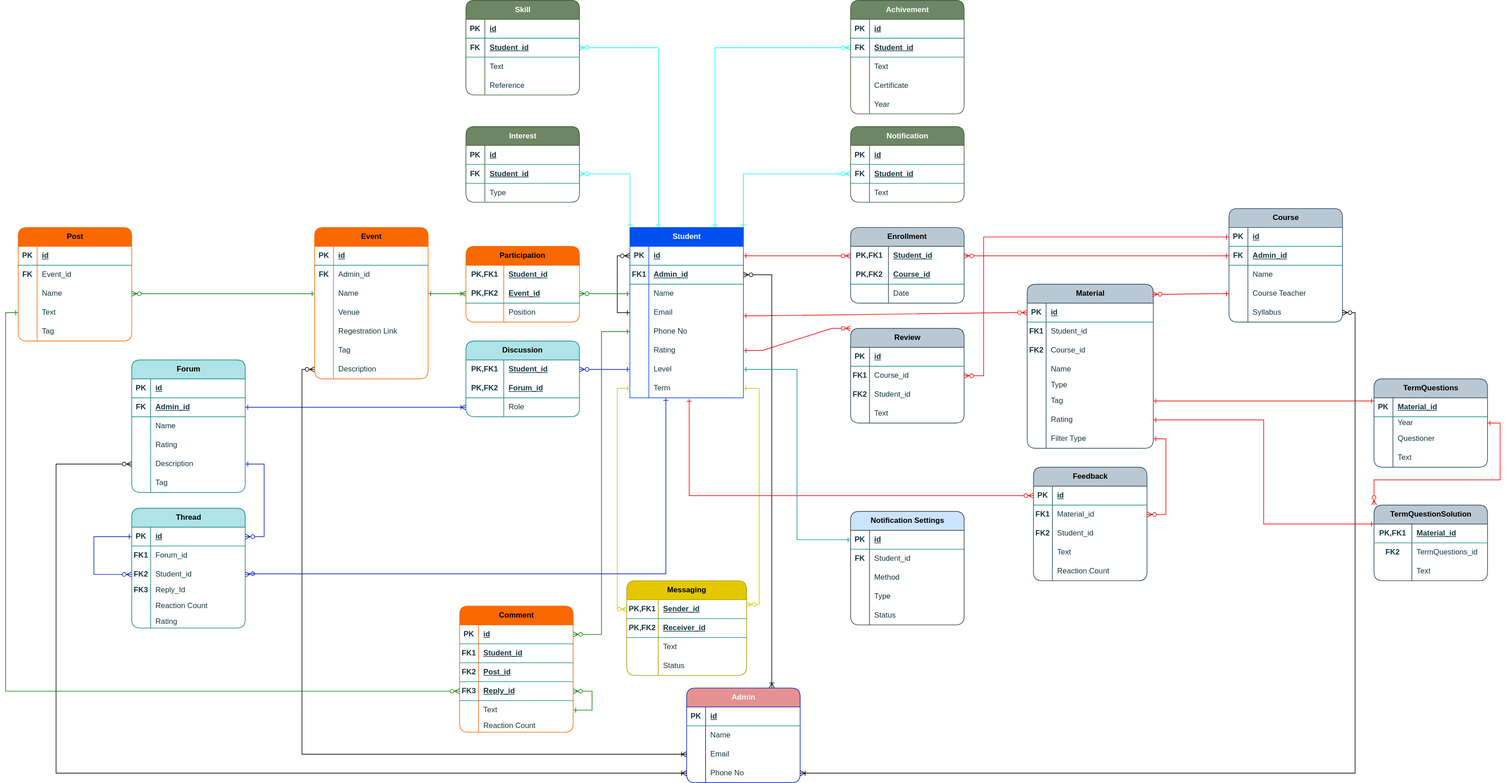
Above: 6.ER Diagram/StudyShare(ERD-1905052).drawio.svg in bijoy111/CSE-326 (draw.io), before the change. Source tidied: cells renumbered, new cells last; positions are measured from the earlier drawing's top-left corner, leaving out a move shared by most shapes.
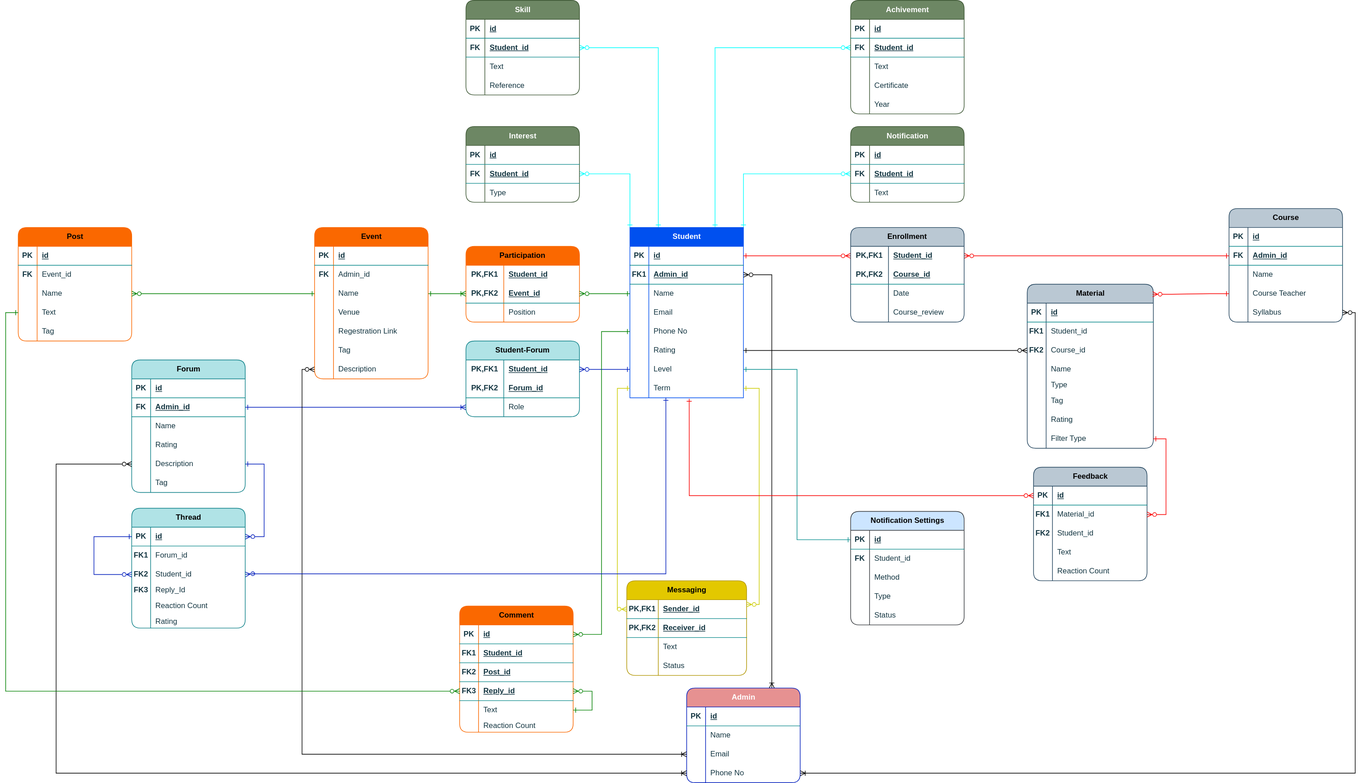
After the change.

The edit, as a diff of the source:
```diff
@@ -214,5 +214,2 @@
     </mxCell>
-    <mxCell id="72" style="edgeStyle=orthogonalEdgeStyle;rounded=0;jettySize=auto;html=1;exitX=0;exitY=0.5;exitDx=0;exitDy=0;entryX=0;entryY=0.5;entryDx=0;entryDy=0;startArrow=ERone;startFill=0;endArrow=ERzeroToMany;endFill=0;" parent="1" edge="1" source="16" target="7">
-      <mxGeometry relative="1" as="geometry" />
-    </mxCell>
     <mxCell id="73" style="edgeStyle=entityRelationEdgeStyle;fontSize=12;html=1;endArrow=ERzeroToMany;rounded=0;exitX=1;exitY=0.5;exitDx=0;exitDy=0;labelBackgroundColor=none;strokeColor=#FA0000;fontColor=default;startArrow=ERone;startFill=0;fillColor=#e51400;endFill=0;entryX=0;entryY=0.5;entryDx=0;entryDy=0;" parent="1" edge="1" source="7" target="361">
@@ -232,10 +229,2 @@
     </mxCell>
-    <mxCell id="75" style="edgeStyle=entityRelationEdgeStyle;fontSize=12;html=1;endArrow=ERzeroToMany;rounded=0;exitX=1;exitY=0.5;exitDx=0;exitDy=0;entryX=0;entryY=0.5;entryDx=0;entryDy=0;labelBackgroundColor=none;strokeColor=#FA0000;fontColor=default;startArrow=ERone;startFill=0;endFill=0;fillColor=#e51400;" parent="1" edge="1" target="48">
-      <mxGeometry relative="1" as="geometry">
-        <mxPoint x="1170" y="500" as="sourcePoint" />
-        <Array as="points">
-          <mxPoint x="1270" y="500" />
-        </Array>
-      </mxGeometry>
-    </mxCell>
     <mxCell id="76" style="edgeStyle=entityRelationEdgeStyle;fontSize=12;html=1;endArrow=ERzeroToMany;rounded=0;exitX=0;exitY=0.5;exitDx=0;exitDy=0;entryX=0.994;entryY=0.061;entryDx=0;entryDy=0;labelBackgroundColor=none;strokeColor=#FA0000;fontColor=default;startArrow=ERone;startFill=0;endFill=0;entryPerimeter=0;fillColor=#e51400;" parent="1" edge="1" source="41" target="47">
@@ -340,3 +329,3 @@
     </mxCell>
-    <mxCell id="108" value="Discussion" style="shape=table;startSize=30;rowLines=0;fontStyle=1;align=center;html=1;whiteSpace=wrap;rounded=1;labelBackgroundColor=none;fillColor=#b0e3e6;strokeColor=#0e8088;" parent="1" vertex="1">
+    <mxCell id="108" value="Student-Forum" style="shape=table;startSize=30;rowLines=0;fontStyle=1;align=center;html=1;whiteSpace=wrap;rounded=1;labelBackgroundColor=none;fillColor=#b0e3e6;strokeColor=#0e8088;" parent="1" vertex="1">
       <mxGeometry x="730" y="540" width="180" height="120" as="geometry" />
@@ -454,44 +443,2 @@
     </mxCell>
-    <mxCell id="141" value="Review" style="shape=table;startSize=30;rowLines=0;fontStyle=1;align=center;html=1;rounded=1;shadow=0;swimlaneLine=1;fillColor=#bac8d3;swimlaneFillColor=default;labelBackgroundColor=none;strokeColor=#23445d;" parent="1" vertex="1">
-      <mxGeometry x="1340" y="520" width="180" height="150" as="geometry" />
-    </mxCell>
-    <mxCell id="142" style="shape=tableRow;horizontal=0;startSize=0;swimlaneHead=0;swimlaneBody=0;fillColor=none;top=0;left=0;right=0;bottom=1;labelBackgroundColor=none;strokeColor=#0F8B8D;fontColor=#143642;" parent="141" vertex="1">
-      <mxGeometry y="30" width="180" height="30" as="geometry" />
-    </mxCell>
-    <mxCell id="143" value="PK" style="shape=partialRectangle;fillColor=none;top=0;left=0;bottom=0;right=0;fontStyle=1;overflow=hidden;whiteSpace=wrap;html=1;labelBackgroundColor=none;strokeColor=#0F8B8D;fontColor=#143642;" parent="142" vertex="1">
-      <mxGeometry width="30" height="30" as="geometry" />
-    </mxCell>
-    <mxCell id="144" value="id" style="shape=partialRectangle;fillColor=none;top=0;left=0;bottom=0;right=0;align=left;spacingLeft=6;fontStyle=5;overflow=hidden;whiteSpace=wrap;html=1;labelBackgroundColor=none;strokeColor=#0F8B8D;fontColor=#143642;" parent="142" vertex="1">
-      <mxGeometry x="30" width="150" height="30" as="geometry" />
-    </mxCell>
-    <mxCell id="145" style="shape=tableRow;horizontal=0;startSize=0;swimlaneHead=0;swimlaneBody=0;fillColor=none;points=[[0,0.5],[1,0.5]];portConstraint=eastwest;top=0;left=0;right=0;bottom=0;labelBackgroundColor=none;strokeColor=#0F8B8D;fontColor=#143642;" parent="141" vertex="1">
-      <mxGeometry y="60" width="180" height="30" as="geometry" />
-    </mxCell>
-    <mxCell id="146" value="&lt;b&gt;FK1&lt;/b&gt;" style="shape=partialRectangle;fillColor=none;top=0;left=0;bottom=0;right=0;overflow=hidden;whiteSpace=wrap;html=1;labelBackgroundColor=none;strokeColor=#0F8B8D;fontColor=#143642;" parent="145" vertex="1">
-      <mxGeometry width="30" height="30" as="geometry" />
-    </mxCell>
-    <mxCell id="147" value="Course_id" style="shape=partialRectangle;fillColor=none;top=0;left=0;bottom=0;right=0;align=left;spacingLeft=6;overflow=hidden;whiteSpace=wrap;html=1;labelBackgroundColor=none;strokeColor=#0F8B8D;fontColor=#143642;" parent="145" vertex="1">
-      <mxGeometry x="30" width="150" height="30" as="geometry" />
-    </mxCell>
-    <mxCell id="148" style="shape=tableRow;horizontal=0;startSize=0;swimlaneHead=0;swimlaneBody=0;fillColor=none;top=0;left=0;right=0;bottom=0;labelBackgroundColor=none;strokeColor=#0F8B8D;fontColor=#143642;" parent="141" vertex="1">
-      <mxGeometry y="90" width="180" height="30" as="geometry" />
-    </mxCell>
-    <mxCell id="149" value="&lt;b&gt;FK2&lt;/b&gt;" style="shape=partialRectangle;fillColor=none;top=0;left=0;bottom=0;right=0;overflow=hidden;whiteSpace=wrap;html=1;labelBackgroundColor=none;strokeColor=#0F8B8D;fontColor=#143642;" parent="148" vertex="1">
-      <mxGeometry width="30" height="30" as="geometry" />
-    </mxCell>
-    <mxCell id="150" value="Student_id" style="shape=partialRectangle;fillColor=none;top=0;left=0;bottom=0;right=0;align=left;spacingLeft=6;overflow=hidden;whiteSpace=wrap;html=1;labelBackgroundColor=none;strokeColor=#0F8B8D;fontColor=#143642;" parent="148" vertex="1">
-      <mxGeometry x="30" width="150" height="30" as="geometry" />
-    </mxCell>
-    <mxCell id="151" style="shape=tableRow;horizontal=0;startSize=0;swimlaneHead=0;swimlaneBody=0;fillColor=none;top=0;left=0;right=0;bottom=0;labelBackgroundColor=none;strokeColor=#0F8B8D;fontColor=#143642;" parent="141" vertex="1">
-      <mxGeometry y="120" width="180" height="30" as="geometry" />
-    </mxCell>
-    <mxCell id="152" style="shape=partialRectangle;fillColor=none;top=0;left=0;bottom=0;right=0;overflow=hidden;whiteSpace=wrap;html=1;labelBackgroundColor=none;strokeColor=#0F8B8D;fontColor=#143642;" parent="151" vertex="1">
-      <mxGeometry width="30" height="30" as="geometry" />
-    </mxCell>
-    <mxCell id="153" value="Text" style="shape=partialRectangle;fillColor=none;top=0;left=0;bottom=0;right=0;align=left;spacingLeft=6;overflow=hidden;whiteSpace=wrap;html=1;labelBackgroundColor=none;strokeColor=#0F8B8D;fontColor=#143642;" parent="151" vertex="1">
-      <mxGeometry x="30" width="150" height="30" as="geometry" />
-    </mxCell>
-    <mxCell id="154" style="edgeStyle=entityRelationEdgeStyle;fontSize=12;html=1;endArrow=ERzeroToMany;rounded=0;exitX=1;exitY=0.5;exitDx=0;exitDy=0;labelBackgroundColor=none;strokeColor=#FA0000;fontColor=default;startArrow=ERone;startFill=0;endFill=0;fillColor=#e51400;entryX=0;entryY=0;entryDx=0;entryDy=0;" parent="1" edge="1" source="22" target="141">
-      <mxGeometry relative="1" as="geometry" />
-    </mxCell>
     <mxCell id="155" value="Post" style="shape=table;startSize=30;rowLines=0;fontStyle=1;align=center;html=1;rounded=1;swimlaneLine=1;swimlaneFillColor=default;labelBackgroundColor=none;fillColor=#fa6800;strokeColor=#FA6800;fontColor=#000000;" parent="1" vertex="1">
@@ -842,86 +789,2 @@
     </mxCell>
-    <mxCell id="267" value="TermQuestions" style="shape=table;startSize=30;rowLines=0;fontStyle=1;align=center;html=1;rounded=1;shadow=0;swimlaneLine=1;fillColor=#bac8d3;swimlaneFillColor=default;labelBackgroundColor=none;strokeColor=#23445d;" parent="1" vertex="1">
-      <mxGeometry x="2170" y="600" width="180" height="140" as="geometry" />
-    </mxCell>
-    <mxCell id="268" style="shape=tableRow;horizontal=0;startSize=0;swimlaneHead=0;swimlaneBody=0;fillColor=none;top=0;left=0;right=0;bottom=1;labelBackgroundColor=none;strokeColor=#0F8B8D;fontColor=#143642;" parent="267" vertex="1">
-      <mxGeometry y="30" width="180" height="30" as="geometry" />
-    </mxCell>
-    <mxCell id="269" value="PK" style="shape=partialRectangle;fillColor=none;top=0;left=0;bottom=0;right=0;fontStyle=1;overflow=hidden;whiteSpace=wrap;html=1;labelBackgroundColor=none;strokeColor=#0F8B8D;fontColor=#143642;" parent="268" vertex="1">
-      <mxGeometry width="30" height="30" as="geometry" />
-    </mxCell>
-    <mxCell id="270" value="Material_id" style="shape=partialRectangle;fillColor=none;top=0;left=0;bottom=0;right=0;align=left;spacingLeft=6;fontStyle=5;overflow=hidden;whiteSpace=wrap;html=1;labelBackgroundColor=none;strokeColor=#0F8B8D;fontColor=#143642;" parent="268" vertex="1">
-      <mxGeometry x="30" width="150" height="30" as="geometry" />
-    </mxCell>
-    <mxCell id="271" style="shape=tableRow;horizontal=0;startSize=0;swimlaneHead=0;swimlaneBody=0;fillColor=none;points=[[0,0.5],[1,0.5]];portConstraint=eastwest;top=0;left=0;right=0;bottom=0;labelBackgroundColor=none;strokeColor=#0F8B8D;fontColor=#143642;" parent="267" vertex="1">
-      <mxGeometry y="60" width="180" height="20" as="geometry" />
-    </mxCell>
-    <mxCell id="272" style="shape=partialRectangle;fillColor=none;top=0;left=0;bottom=0;right=0;overflow=hidden;whiteSpace=wrap;html=1;labelBackgroundColor=none;strokeColor=#0F8B8D;fontColor=#143642;" parent="271" vertex="1">
-      <mxGeometry width="30" height="20" as="geometry" />
-    </mxCell>
-    <mxCell id="273" value="Year" style="shape=partialRectangle;fillColor=none;top=0;left=0;bottom=0;right=0;align=left;spacingLeft=6;overflow=hidden;whiteSpace=wrap;html=1;labelBackgroundColor=none;strokeColor=#0F8B8D;fontColor=#143642;" parent="271" vertex="1">
-      <mxGeometry x="30" width="150" height="20" as="geometry" />
-    </mxCell>
-    <mxCell id="274" style="shape=tableRow;horizontal=0;startSize=0;swimlaneHead=0;swimlaneBody=0;fillColor=none;top=0;left=0;right=0;bottom=0;labelBackgroundColor=none;strokeColor=#0F8B8D;fontColor=#143642;" parent="267" vertex="1">
-      <mxGeometry y="80" width="180" height="30" as="geometry" />
-    </mxCell>
-    <mxCell id="275" style="shape=partialRectangle;fillColor=none;top=0;left=0;bottom=0;right=0;overflow=hidden;whiteSpace=wrap;html=1;labelBackgroundColor=none;strokeColor=#0F8B8D;fontColor=#143642;" parent="274" vertex="1">
-      <mxGeometry width="30" height="30" as="geometry" />
-    </mxCell>
-    <mxCell id="276" value="Questioner" style="shape=partialRectangle;fillColor=none;top=0;left=0;bottom=0;right=0;align=left;spacingLeft=6;overflow=hidden;whiteSpace=wrap;html=1;labelBackgroundColor=none;strokeColor=#0F8B8D;fontColor=#143642;" parent="274" vertex="1">
-      <mxGeometry x="30" width="150" height="30" as="geometry" />
-    </mxCell>
-    <mxCell id="277" style="shape=tableRow;horizontal=0;startSize=0;swimlaneHead=0;swimlaneBody=0;fillColor=none;top=0;left=0;right=0;bottom=0;labelBackgroundColor=none;strokeColor=#0F8B8D;fontColor=#143642;" parent="267" vertex="1">
-      <mxGeometry y="110" width="180" height="30" as="geometry" />
-    </mxCell>
-    <mxCell id="278" style="shape=partialRectangle;fillColor=none;top=0;left=0;bottom=0;right=0;overflow=hidden;whiteSpace=wrap;html=1;labelBackgroundColor=none;strokeColor=#0F8B8D;fontColor=#143642;" parent="277" vertex="1">
-      <mxGeometry width="30" height="30" as="geometry" />
-    </mxCell>
-    <mxCell id="279" value="Text" style="shape=partialRectangle;fillColor=none;top=0;left=0;bottom=0;right=0;align=left;spacingLeft=6;overflow=hidden;whiteSpace=wrap;html=1;labelBackgroundColor=none;strokeColor=#0F8B8D;fontColor=#143642;" parent="277" vertex="1">
-      <mxGeometry x="30" width="150" height="30" as="geometry" />
-    </mxCell>
-    <mxCell id="280" value="TermQuestionSolution" style="shape=table;startSize=30;rowLines=0;fontStyle=1;align=center;html=1;rounded=1;shadow=0;swimlaneLine=1;fillColor=#bac8d3;swimlaneFillColor=default;labelBackgroundColor=none;strokeColor=#23445d;" parent="1" vertex="1">
-      <mxGeometry x="2170" y="800" width="180" height="120" as="geometry" />
-    </mxCell>
-    <mxCell id="281" style="shape=tableRow;horizontal=0;startSize=0;swimlaneHead=0;swimlaneBody=0;fillColor=none;top=0;left=0;right=0;bottom=1;labelBackgroundColor=none;strokeColor=#0F8B8D;fontColor=#143642;" parent="280" vertex="1">
-      <mxGeometry y="30" width="180" height="30" as="geometry" />
-    </mxCell>
-    <mxCell id="282" value="PK,FK1" style="shape=partialRectangle;fillColor=none;top=0;left=0;bottom=0;right=0;fontStyle=1;overflow=hidden;whiteSpace=wrap;html=1;labelBackgroundColor=none;strokeColor=#0F8B8D;fontColor=#143642;" parent="281" vertex="1">
-      <mxGeometry width="60" height="30" as="geometry" />
-    </mxCell>
-    <mxCell id="283" value="Material_id" style="shape=partialRectangle;fillColor=none;top=0;left=0;bottom=0;right=0;align=left;spacingLeft=6;fontStyle=5;overflow=hidden;whiteSpace=wrap;html=1;labelBackgroundColor=none;strokeColor=#0F8B8D;fontColor=#143642;" parent="281" vertex="1">
-      <mxGeometry x="60" width="120" height="30" as="geometry" />
-    </mxCell>
-    <mxCell id="284" style="shape=tableRow;horizontal=0;startSize=0;swimlaneHead=0;swimlaneBody=0;fillColor=none;top=0;left=0;right=0;bottom=0;labelBackgroundColor=none;strokeColor=#0F8B8D;fontColor=#143642;" parent="280" vertex="1">
-      <mxGeometry y="60" width="180" height="30" as="geometry" />
-    </mxCell>
-    <mxCell id="285" value="&lt;b&gt;FK2&lt;/b&gt;" style="shape=partialRectangle;fillColor=none;top=0;left=0;bottom=0;right=0;overflow=hidden;whiteSpace=wrap;html=1;labelBackgroundColor=none;strokeColor=#0F8B8D;fontColor=#143642;" parent="284" vertex="1">
-      <mxGeometry width="60" height="30" as="geometry" />
-    </mxCell>
-    <mxCell id="286" value="TermQuestions_id" style="shape=partialRectangle;fillColor=none;top=0;left=0;bottom=0;right=0;align=left;spacingLeft=6;overflow=hidden;whiteSpace=wrap;html=1;labelBackgroundColor=none;strokeColor=#0F8B8D;fontColor=#143642;" parent="284" vertex="1">
-      <mxGeometry x="60" width="120" height="30" as="geometry" />
-    </mxCell>
-    <mxCell id="287" style="shape=tableRow;horizontal=0;startSize=0;swimlaneHead=0;swimlaneBody=0;fillColor=none;top=0;left=0;right=0;bottom=0;labelBackgroundColor=none;strokeColor=#0F8B8D;fontColor=#143642;" parent="280" vertex="1">
-      <mxGeometry y="90" width="180" height="30" as="geometry" />
-    </mxCell>
-    <mxCell id="288" style="shape=partialRectangle;fillColor=none;top=0;left=0;bottom=0;right=0;overflow=hidden;whiteSpace=wrap;html=1;labelBackgroundColor=none;strokeColor=#0F8B8D;fontColor=#143642;" parent="287" vertex="1">
-      <mxGeometry width="60" height="30" as="geometry" />
-    </mxCell>
-    <mxCell id="289" value="Text" style="shape=partialRectangle;fillColor=none;top=0;left=0;bottom=0;right=0;align=left;spacingLeft=6;overflow=hidden;whiteSpace=wrap;html=1;labelBackgroundColor=none;strokeColor=#0F8B8D;fontColor=#143642;" parent="287" vertex="1">
-      <mxGeometry x="60" width="120" height="30" as="geometry" />
-    </mxCell>
-    <mxCell id="290" style="edgeStyle=orthogonalEdgeStyle;rounded=0;jettySize=auto;html=1;exitX=1;exitY=0.5;exitDx=0;exitDy=0;entryX=0;entryY=0;entryDx=0;entryDy=0;endArrow=ERzeroToMany;endFill=0;labelBackgroundColor=none;strokeColor=#FA0000;fontColor=default;startArrow=ERone;startFill=0;fillColor=#e51400;" parent="1" edge="1" source="271" target="280">
-      <mxGeometry relative="1" as="geometry">
-        <Array as="points">
-          <mxPoint x="2370" y="670" />
-          <mxPoint x="2370" y="760" />
-          <mxPoint x="2170" y="760" />
-        </Array>
-      </mxGeometry>
-    </mxCell>
-    <mxCell id="291" style="edgeStyle=orthogonalEdgeStyle;rounded=0;jettySize=auto;html=1;exitX=1;exitY=0.5;exitDx=0;exitDy=0;entryX=0;entryY=0.25;entryDx=0;entryDy=0;strokeColor=#FA0000;fontColor=#143642;fillColor=#e51400;startArrow=ERone;startFill=0;endArrow=ERone;endFill=0;" parent="1" edge="1" source="63" target="267">
-      <mxGeometry relative="1" as="geometry" />
-    </mxCell>
-    <mxCell id="292" style="edgeStyle=orthogonalEdgeStyle;rounded=0;jettySize=auto;html=1;exitX=1;exitY=0.5;exitDx=0;exitDy=0;entryX=0;entryY=0.25;entryDx=0;entryDy=0;strokeColor=#FA0000;fontColor=#143642;fillColor=#e51400;startArrow=ERone;startFill=0;endArrow=ERone;endFill=0;" parent="1" edge="1" source="66" target="280">
-      <mxGeometry relative="1" as="geometry" />
-    </mxCell>
     <mxCell id="293" style="edgeStyle=orthogonalEdgeStyle;rounded=0;jettySize=auto;html=1;exitX=0;exitY=0.5;exitDx=0;exitDy=0;strokeColor=#088F8F;fontColor=#143642;fillColor=#FAE5C7;startArrow=ERone;startFill=0;endArrow=ERone;endFill=0;entryX=1;entryY=0.5;entryDx=0;entryDy=0;" parent="1" edge="1" source="252" target="25">
@@ -1076,10 +939,2 @@
     </mxCell>
-    <mxCell id="340" style="edgeStyle=orthogonalEdgeStyle;rounded=0;jettySize=auto;html=1;exitX=0;exitY=0.5;exitDx=0;exitDy=0;entryX=1;entryY=0.5;entryDx=0;entryDy=0;startArrow=ERone;startFill=0;endArrow=ERzeroToMany;endFill=0;fillColor=#e51400;strokeColor=#FA0000;" parent="1" edge="1" source="32" target="145">
-      <mxGeometry relative="1" as="geometry">
-        <Array as="points">
-          <mxPoint x="1551" y="375" />
-          <mxPoint x="1551" y="595" />
-        </Array>
-      </mxGeometry>
-    </mxCell>
     <mxCell id="341" value="Feedback" style="shape=table;startSize=30;rowLines=0;fontStyle=1;align=center;html=1;rounded=1;shadow=0;swimlaneLine=1;fillColor=#bac8d3;swimlaneFillColor=default;labelBackgroundColor=none;strokeColor=#23445d;" parent="1" vertex="1">
@@ -1153,3 +1008,3 @@
     <mxCell id="360" value="Enrollment" style="shape=table;startSize=30;rowLines=0;fontStyle=1;align=center;html=1;whiteSpace=wrap;rounded=1;fillColor=#BAC8D3;shadow=0;swimlaneLine=1;labelBackgroundColor=none;strokeColor=#23445D;fontColor=#000000;" parent="1" vertex="1">
-      <mxGeometry x="1340" y="360" width="180" height="120" as="geometry" />
+      <mxGeometry x="1340" y="360" width="180" height="150" as="geometry" />
     </mxCell>
@@ -1173,4 +1028,13 @@
     </mxCell>
+    <mxCell id="370" style="shape=tableRow;horizontal=0;startSize=0;swimlaneHead=0;swimlaneBody=0;fillColor=none;top=0;left=0;right=0;bottom=0;html=1;labelBackgroundColor=none;strokeColor=#0F8B8D;fontColor=#143642;" parent="360" vertex="1">
+      <mxGeometry y="90" width="180" height="30" as="geometry" />
+    </mxCell>
+    <mxCell id="371" style="shape=partialRectangle;fillColor=none;top=0;left=0;bottom=0;right=0;overflow=hidden;html=1;whiteSpace=wrap;labelBackgroundColor=none;strokeColor=#0F8B8D;fontColor=#143642;" parent="370" vertex="1">
+      <mxGeometry width="60" height="30" as="geometry" />
+    </mxCell>
+    <mxCell id="372" value="Date" style="shape=partialRectangle;fillColor=none;top=0;left=0;bottom=0;right=0;align=left;spacingLeft=6;overflow=hidden;html=1;whiteSpace=wrap;labelBackgroundColor=none;strokeColor=#0F8B8D;fontColor=#143642;" parent="370" vertex="1">
+      <mxGeometry x="60" width="120" height="30" as="geometry" />
+    </mxCell>
     <mxCell id="367" style="shape=tableRow;horizontal=0;startSize=0;swimlaneHead=0;swimlaneBody=0;fillColor=none;top=0;left=0;right=0;bottom=0;html=1;labelBackgroundColor=none;strokeColor=#0F8B8D;fontColor=#143642;" parent="360" vertex="1">
-      <mxGeometry y="90" width="180" height="30" as="geometry" />
+      <mxGeometry y="120" width="180" height="30" as="geometry" />
     </mxCell>
@@ -1179,5 +1043,8 @@
     </mxCell>
-    <mxCell id="369" value="Date" style="shape=partialRectangle;fillColor=none;top=0;left=0;bottom=0;right=0;align=left;spacingLeft=6;overflow=hidden;html=1;whiteSpace=wrap;labelBackgroundColor=none;strokeColor=#0F8B8D;fontColor=#143642;" parent="367" vertex="1">
+    <mxCell id="369" value="Course_review" style="shape=partialRectangle;fillColor=none;top=0;left=0;bottom=0;right=0;align=left;spacingLeft=6;overflow=hidden;html=1;whiteSpace=wrap;labelBackgroundColor=none;strokeColor=#0F8B8D;fontColor=#143642;" parent="367" vertex="1">
       <mxGeometry x="60" width="120" height="30" as="geometry" />
     </mxCell>
+    <mxCell id="373" style="edgeStyle=orthogonalEdgeStyle;rounded=0;jettySize=auto;html=1;exitX=1;exitY=0.5;exitDx=0;exitDy=0;entryX=0;entryY=0.5;entryDx=0;entryDy=0;startArrow=ERone;startFill=0;endArrow=ERzeroToMany;endFill=0;" parent="1" edge="1" source="22" target="54">
+      <mxGeometry relative="1" as="geometry" />
+    </mxCell>
   </root>
```
